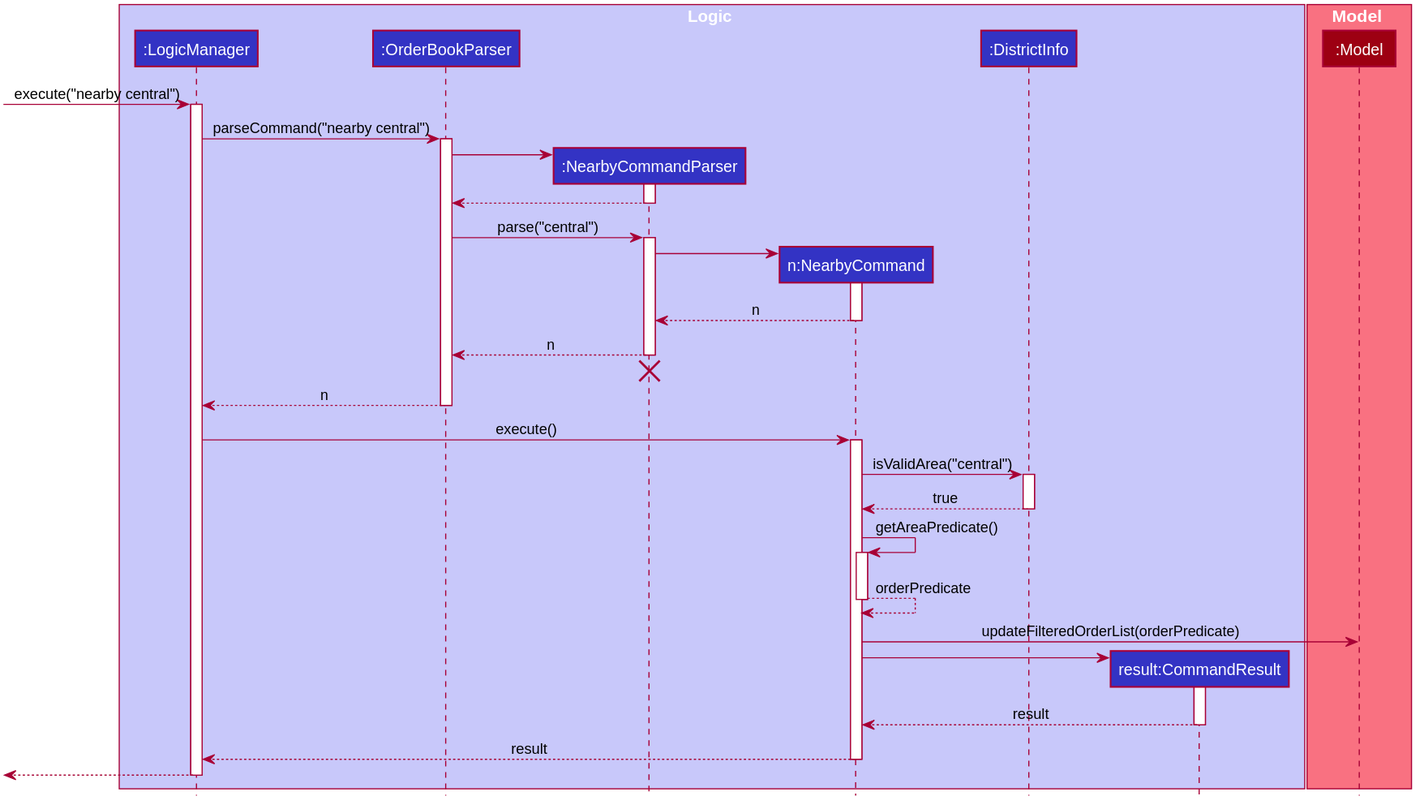
The PlantUML diagram docs/images/NearbyCommandSequenceDiagram2.svg in nus-cs2103-AY1920S2/addressbook-level3, before a commit.
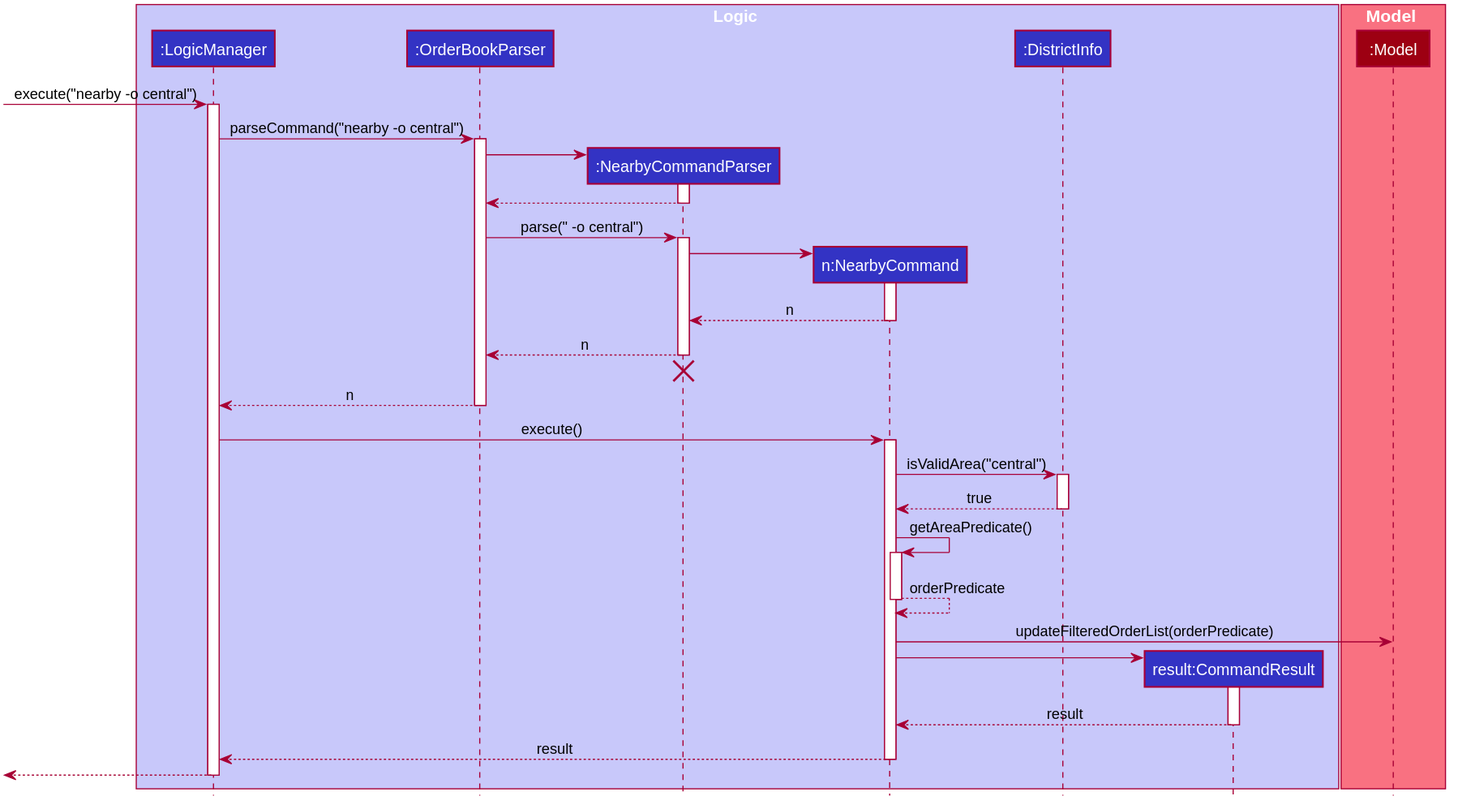
After the change.

Commit message:
Update DeveloperGuide.adoc and relevant Nearby Command sequence diagrams

What changed in the source:
```diff
@@ -1,4 +1,11 @@
 @startuml
+
+
+
+
+
+
+
 
 skinparam BackgroundColor #FFFFFFF
 
@@ -53,10 +60,10 @@
 participant ":Model" as Model #9D0012
 end box
 
-[-> LogicManager : execute("nearby central")
+[-> LogicManager : execute("nearby -o central")
 activate LogicManager
 
-LogicManager -> OrderBookParser : parseCommand("nearby central")
+LogicManager -> OrderBookParser : parseCommand("nearby -o central")
 activate OrderBookParser
 
 create NearbyCommandParser
@@ -66,7 +73,7 @@
 NearbyCommandParser --> OrderBookParser
 deactivate NearbyCommandParser
 
-OrderBookParser -> NearbyCommandParser : parse("central")
+OrderBookParser -> NearbyCommandParser : parse(" -o central")
 activate NearbyCommandParser
 
 create NearbyCommand
```
